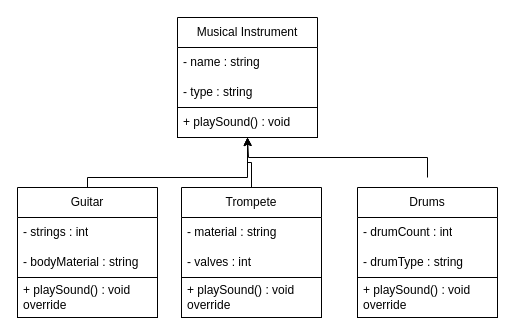
at1et/OOP keeps this draw.io diagram as drawio/UML(MusicalInstruments).drawio. Above is the earlier version. Source tidied: cells renumbered, new cells numbered last; positions are measured from the earlier drawing's top-left corner, leaving out a move shared by most shapes. Both pictures are drawn from the tidied source at 100%, with x=0, y=0 at pixel (17, 17).
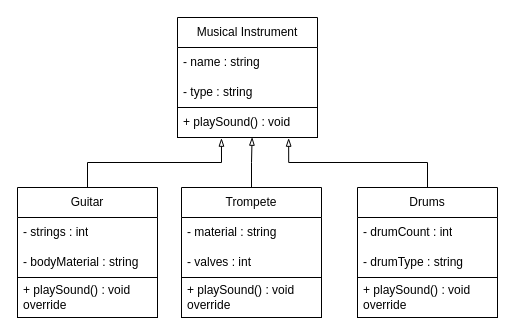
The same page after the edit.

The change refers to these unchanged cells:
```xml
<mxCell id="5" value="+ playSound() : void " style="text;strokeColor=default;fillColor=none;align=left;verticalAlign=middle;spacingLeft=4;spacingRight=4;overflow=hidden;points=[[0,0.5],[1,0.5]];portConstraint=eastwest;whiteSpace=wrap;html=1;" parent="2" vertex="1">
  <mxGeometry y="90" width="140" height="30" as="geometry" />
</mxCell>
<mxCell id="7" value="  Guitar  " style="swimlane;fontStyle=0;horizontal=1;startSize=30;whiteSpace=wrap;html=1;" parent="1" vertex="1">
  <mxGeometry y="170" width="140" height="130" as="geometry" />
</mxCell>
<mxCell id="12" value="Trompete" style="swimlane;fontStyle=0;horizontal=1;startSize=30;whiteSpace=wrap;html=1;" parent="1" vertex="1">
  <mxGeometry x="164" y="170" width="140" height="130" as="geometry" />
</mxCell>
<mxCell id="17" value="Drums" style="swimlane;fontStyle=0;horizontal=1;startSize=30;whiteSpace=wrap;html=1;" parent="1" vertex="1">
  <mxGeometry x="340" y="170" width="140" height="130" as="geometry" />
</mxCell>
```

Change to the diagram source:
```diff
@@
-    <mxCell id="6" style="edgeStyle=orthogonalEdgeStyle;rounded=0;jettySize=auto;html=1;exitX=0.5;exitY=0;exitDx=0;exitDy=0;" parent="1" edge="1" source="7" target="5">
-      <mxGeometry relative="1" as="geometry">
-        <Array as="points">
-          <mxPoint x="70" y="160" />
-          <mxPoint x="230" y="160" />
-        </Array>
-      </mxGeometry>
-    </mxCell>
@@
-    <mxCell id="11" style="edgeStyle=orthogonalEdgeStyle;rounded=0;jettySize=auto;html=1;" parent="1" edge="1" source="12" target="5">
-      <mxGeometry relative="1" as="geometry">
-        <Array as="points">
-          <mxPoint x="234" y="145" />
-          <mxPoint x="230" y="145" />
-        </Array>
-      </mxGeometry>
+    <mxCell id="11" style="edgeStyle=orthogonalEdgeStyle;rounded=0;jettySize=auto;html=1;entryX=0.533;entryY=0.991;entryDx=0;entryDy=0;entryPerimeter=0;endArrow=blockThin;endFill=0;" parent="1" edge="1" source="12" target="5">
+      <mxGeometry relative="1" as="geometry" />
     </mxCell>
@@
-    <mxCell id="16" style="edgeStyle=orthogonalEdgeStyle;rounded=0;orthogonalLoop=1;jettySize=auto;html=1;" parent="1" edge="1">
-      <mxGeometry relative="1" as="geometry">
-        <mxPoint x="410" y="160" as="sourcePoint" />
-        <mxPoint x="230" y="120" as="targetPoint" />
-        <Array as="points">
-          <mxPoint x="410" y="140" />
-          <mxPoint x="231" y="140" />
-          <mxPoint x="231" y="120" />
-        </Array>
-      </mxGeometry>
-    </mxCell>
@@
+    <mxCell id="6" style="edgeStyle=orthogonalEdgeStyle;rounded=0;jettySize=auto;html=1;entryX=0.314;entryY=1.024;entryDx=0;entryDy=0;entryPerimeter=0;endArrow=blockThin;endFill=0;" parent="1" edge="1" source="7" target="5">
+      <mxGeometry relative="1" as="geometry" />
+    </mxCell>
+    <mxCell id="21" style="edgeStyle=orthogonalEdgeStyle;rounded=0;jettySize=auto;html=1;entryX=0.794;entryY=1.024;entryDx=0;entryDy=0;entryPerimeter=0;endArrow=blockThin;endFill=0;" parent="1" edge="1" source="17" target="5">
+      <mxGeometry relative="1" as="geometry" />
+    </mxCell>
```
